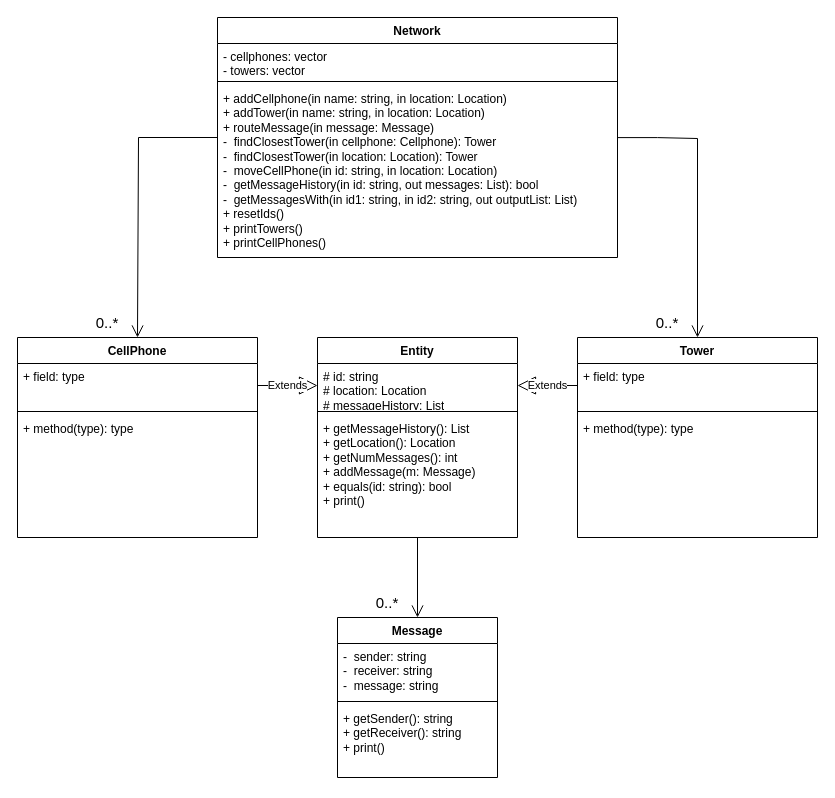
InvalidPathException/draw.io keeps this draw.io diagram as Untitled Diagram.drawio. Above is the earlier version. Source tidied: cells renumbered, new cells numbered last; positions are measured from the earlier drawing's top-left corner, leaving out a move shared by most shapes. Both pictures are drawn from the tidied source at 100%, with x=0, y=0 at pixel (17, 17).
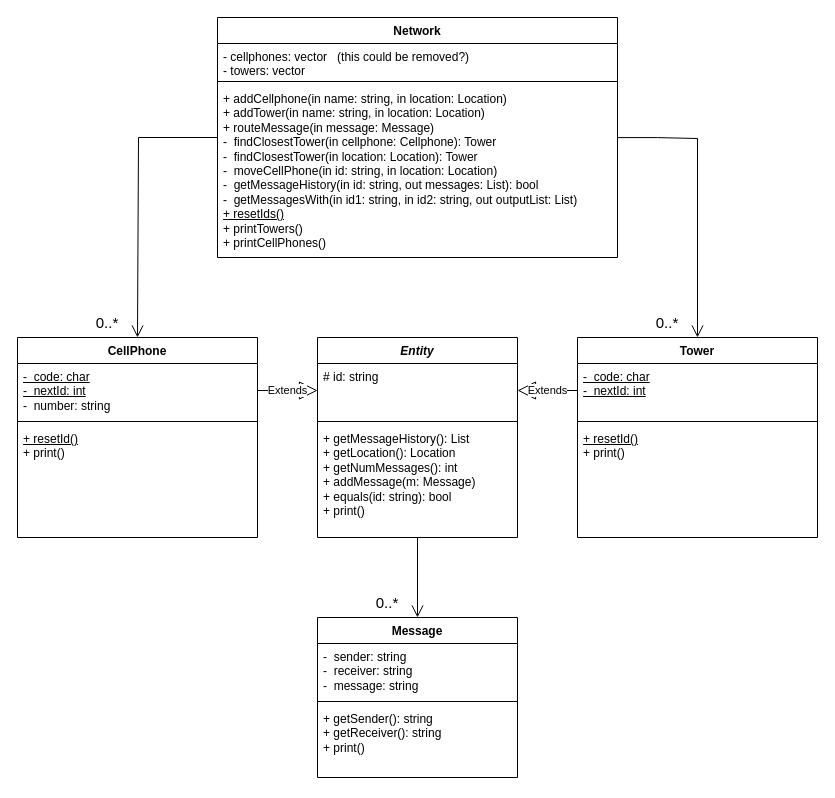
Above is the later version.

The change refers to these unchanged cells:
```xml
<mxCell id="2" value="Network" style="swimlane;fontStyle=1;align=center;verticalAlign=top;horizontal=1;startSize=26;whiteSpace=wrap;html=1;" parent="1" vertex="1">
  <mxGeometry x="200" width="400" height="240" as="geometry" />
</mxCell>
<mxCell id="8" value="CellPhone" style="swimlane;fontStyle=1;align=center;verticalAlign=top;horizontal=1;startSize=26;whiteSpace=wrap;html=1;" parent="1" vertex="1">
  <mxGeometry y="320" width="240" height="200" as="geometry" />
</mxCell>
<mxCell id="12" value="Tower" style="swimlane;fontStyle=1;align=center;verticalAlign=top;horizontal=1;startSize=26;whiteSpace=wrap;html=1;" parent="1" vertex="1">
  <mxGeometry x="560" y="320" width="240" height="200" as="geometry" />
</mxCell>
```

Diff of the diagram source:
```diff
@@
-    <mxCell id="3" value="&lt;div&gt;- cellphones: vector&lt;/div&gt;&lt;div&gt;- towers: vector&lt;br&gt;&lt;/div&gt;" style="text;strokeColor=none;fillColor=none;align=left;verticalAlign=top;spacingLeft=4;spacingRight=4;overflow=hidden;whiteSpace=wrap;html=1;" parent="2" vertex="1">
+    <mxCell id="3" value="&lt;div&gt;- cellphones: vector&amp;nbsp;&amp;nbsp; (this could be removed?)&lt;br&gt;&lt;/div&gt;&lt;div&gt;- towers: vector&lt;br&gt;&lt;/div&gt;" style="text;strokeColor=none;fillColor=none;align=left;verticalAlign=top;spacingLeft=4;spacingRight=4;overflow=hidden;whiteSpace=wrap;html=1;" parent="2" vertex="1">
       <mxGeometry y="26" width="400" height="34" as="geometry" />
     </mxCell>
@@
-    <mxCell id="6" value="&lt;div&gt;&lt;div style=&quot;border-color: var(--border-color);&quot;&gt;+ addCellphone(in name: string, in location: Location)&lt;br style=&quot;border-color: var(--border-color);&quot;&gt;+ addTower(in name: string, in location: Location)&lt;/div&gt;&lt;div style=&quot;border-color: var(--border-color);&quot;&gt;+ routeMessage(in message: Message)&lt;br style=&quot;border-color: var(--border-color);&quot;&gt;-&amp;nbsp; findClosestTower(in&amp;nbsp;cellphone: Cellphone): Tower&lt;br style=&quot;border-color: var(--border-color);&quot;&gt;-&amp;nbsp; findClosestTower(in location: Location): Tower&lt;br style=&quot;border-color: var(--border-color);&quot;&gt;&lt;/div&gt;-&amp;nbsp; moveCellPhone(in id: string, in location: Location)&lt;br style=&quot;border-color: var(--border-color);&quot;&gt;&lt;div style=&quot;border-color: var(--border-color);&quot;&gt;-&amp;nbsp; getMessageHistory(in id: string, out messages: List): bool&lt;br&gt;&lt;/div&gt;&lt;div style=&quot;border-color: var(--border-color);&quot;&gt;-&amp;nbsp; getMessagesWith(in id1: string, in id2: string, out outputList: List)&lt;br style=&quot;border-color: var(--border-color);&quot;&gt;+ resetIds()&lt;br style=&quot;border-color: var(--border-color);&quot;&gt;&lt;/div&gt;&lt;div style=&quot;border-color: var(--border-color);&quot;&gt;+ printTowers()&lt;/div&gt;&lt;div style=&quot;border-color: var(--border-color);&quot;&gt;+ printCellPhones()&lt;/div&gt;&lt;/div&gt;" style="text;strokeColor=none;fillColor=none;align=left;verticalAlign=top;spacingLeft=4;spacingRight=4;overflow=hidden;points=[[0,0.5],[1,0.5]];portConstraint=eastwest;whiteSpace=wrap;html=1;" parent="2" vertex="1">
+    <mxCell id="6" value="&lt;div&gt;&lt;div style=&quot;border-color: var(--border-color);&quot;&gt;+ addCellphone(in name: string, in location: Location)&lt;br style=&quot;border-color: var(--border-color);&quot;&gt;+ addTower(in name: string, in location: Location)&lt;/div&gt;&lt;div style=&quot;border-color: var(--border-color);&quot;&gt;+ routeMessage(in message: Message)&lt;br style=&quot;border-color: var(--border-color);&quot;&gt;-&amp;nbsp; findClosestTower(in&amp;nbsp;cellphone: Cellphone): Tower&lt;br style=&quot;border-color: var(--border-color);&quot;&gt;-&amp;nbsp; findClosestTower(in location: Location): Tower&lt;br style=&quot;border-color: var(--border-color);&quot;&gt;&lt;/div&gt;-&amp;nbsp; moveCellPhone(in id: string, in location: Location)&lt;br style=&quot;border-color: var(--border-color);&quot;&gt;&lt;div style=&quot;border-color: var(--border-color);&quot;&gt;-&amp;nbsp; getMessageHistory(in id: string, out messages: List): bool&lt;br&gt;&lt;/div&gt;&lt;div style=&quot;border-color: var(--border-color);&quot;&gt;-&amp;nbsp; getMessagesWith(in id1: string, in id2: string, out outputList: List)&lt;br style=&quot;border-color: var(--border-color);&quot;&gt;&lt;u&gt;+ resetIds()&lt;/u&gt;&lt;br style=&quot;border-color: var(--border-color);&quot;&gt;&lt;/div&gt;&lt;div style=&quot;border-color: var(--border-color);&quot;&gt;+ printTowers()&lt;/div&gt;&lt;div style=&quot;border-color: var(--border-color);&quot;&gt;+ printCellPhones()&lt;/div&gt;&lt;/div&gt;" style="text;strokeColor=none;fillColor=none;align=left;verticalAlign=top;spacingLeft=4;spacingRight=4;overflow=hidden;points=[[0,0.5],[1,0.5]];portConstraint=eastwest;whiteSpace=wrap;html=1;" parent="2" vertex="1">
       <mxGeometry y="68" width="400" height="172" as="geometry" />
     </mxCell>
@@
-    <mxCell id="9" value="+ field: type" style="text;strokeColor=none;fillColor=none;align=left;verticalAlign=top;spacingLeft=4;spacingRight=4;overflow=hidden;points=[[0,0.5],[1,0.5]];portConstraint=eastwest;whiteSpace=wrap;html=1;" parent="8" vertex="1">
-      <mxGeometry y="26" width="240" height="44" as="geometry" />
+    <mxCell id="9" value="&lt;div&gt;&lt;u&gt;-&amp;nbsp; code: char&lt;br&gt;&lt;/u&gt;&lt;/div&gt;&lt;div&gt;&lt;u&gt;-&amp;nbsp; nextId: int&lt;/u&gt;&lt;/div&gt;&lt;div&gt;-&amp;nbsp; number: string&lt;br&gt;&lt;/div&gt;" style="text;strokeColor=none;fillColor=none;align=left;verticalAlign=top;spacingLeft=4;spacingRight=4;overflow=hidden;points=[[0,0.5],[1,0.5]];portConstraint=eastwest;whiteSpace=wrap;html=1;" parent="8" vertex="1">
+      <mxGeometry y="26" width="240" height="54" as="geometry" />
     </mxCell>
     <mxCell id="10" style="line;strokeWidth=1;fillColor=none;align=left;verticalAlign=middle;spacingTop=-1;spacingLeft=3;spacingRight=3;labelPosition=right;strokeColor=inherit;" parent="8" vertex="1">
-      <mxGeometry y="70" width="240" height="8" as="geometry" />
+      <mxGeometry y="80" width="240" height="8" as="geometry" />
     </mxCell>
-    <mxCell id="11" value="+ method(type): type" style="text;strokeColor=none;fillColor=none;align=left;verticalAlign=top;spacingLeft=4;spacingRight=4;overflow=hidden;whiteSpace=wrap;html=1;" parent="8" vertex="1">
-      <mxGeometry y="78" width="240" height="122" as="geometry" />
+    <mxCell id="11" value="&lt;div&gt;&lt;u&gt;+ resetId()&lt;/u&gt;&lt;/div&gt;&lt;div&gt;+ print()&lt;br&gt;&lt;/div&gt;" style="text;strokeColor=none;fillColor=none;align=left;verticalAlign=top;spacingLeft=4;spacingRight=4;overflow=hidden;whiteSpace=wrap;html=1;" parent="8" vertex="1">
+      <mxGeometry y="88" width="240" height="112" as="geometry" />
     </mxCell>
@@
-    <mxCell id="13" value="+ field: type" style="text;strokeColor=none;fillColor=none;align=left;verticalAlign=top;spacingLeft=4;spacingRight=4;overflow=hidden;points=[[0,0.5],[1,0.5]];portConstraint=eastwest;whiteSpace=wrap;html=1;" parent="12" vertex="1">
-      <mxGeometry y="26" width="240" height="44" as="geometry" />
+    <mxCell id="13" value="&lt;div&gt;&lt;u&gt;-&amp;nbsp; code: char&lt;br&gt;&lt;/u&gt;&lt;/div&gt;&lt;div&gt;&lt;u&gt;-&amp;nbsp; nextId: int&lt;/u&gt;&lt;/div&gt;" style="text;strokeColor=none;fillColor=none;align=left;verticalAlign=top;spacingLeft=4;spacingRight=4;overflow=hidden;points=[[0,0.5],[1,0.5]];portConstraint=eastwest;whiteSpace=wrap;html=1;" parent="12" vertex="1">
+      <mxGeometry y="26" width="240" height="54" as="geometry" />
     </mxCell>
     <mxCell id="14" style="line;strokeWidth=1;fillColor=none;align=left;verticalAlign=middle;spacingTop=-1;spacingLeft=3;spacingRight=3;labelPosition=right;strokeColor=inherit;" parent="12" vertex="1">
-      <mxGeometry y="70" width="240" height="8" as="geometry" />
+      <mxGeometry y="80" width="240" height="8" as="geometry" />
     </mxCell>
-    <mxCell id="15" value="+ method(type): type" style="text;strokeColor=none;fillColor=none;align=left;verticalAlign=top;spacingLeft=4;spacingRight=4;overflow=hidden;whiteSpace=wrap;html=1;" parent="12" vertex="1">
-      <mxGeometry y="78" width="240" height="122" as="geometry" />
+    <mxCell id="15" value="&lt;div&gt;&lt;u&gt;+ resetId()&lt;/u&gt;&lt;/div&gt;&lt;div&gt;+ print()&lt;br&gt;&lt;/div&gt;" style="text;strokeColor=none;fillColor=none;align=left;verticalAlign=top;spacingLeft=4;spacingRight=4;overflow=hidden;whiteSpace=wrap;html=1;" parent="12" vertex="1">
+      <mxGeometry y="88" width="240" height="112" as="geometry" />
     </mxCell>
@@
-    <mxCell id="17" value="Entity" style="swimlane;fontStyle=1;align=center;verticalAlign=top;horizontal=1;startSize=26;whiteSpace=wrap;html=1;" parent="1" vertex="1">
+    <mxCell id="17" value="&lt;i&gt;Entity&lt;/i&gt;" style="swimlane;fontStyle=1;align=center;verticalAlign=top;horizontal=1;startSize=26;whiteSpace=wrap;html=1;" parent="1" vertex="1">
       <mxGeometry x="300" y="320" width="200" height="200" as="geometry" />
     </mxCell>
-    <mxCell id="18" value="# id: string&lt;br&gt;# location: Location&lt;br&gt;# messageHistory: List" style="text;strokeColor=none;fillColor=none;align=left;verticalAlign=top;spacingLeft=4;spacingRight=4;overflow=hidden;points=[[0,0.5],[1,0.5]];portConstraint=eastwest;whiteSpace=wrap;html=1;" parent="17" vertex="1">
-      <mxGeometry y="26" width="200" height="44" as="geometry" />
+    <mxCell id="18" value="# id: string" style="text;strokeColor=none;fillColor=none;align=left;verticalAlign=top;spacingLeft=4;spacingRight=4;overflow=hidden;points=[[0,0.5],[1,0.5]];portConstraint=eastwest;whiteSpace=wrap;html=1;" parent="17" vertex="1">
+      <mxGeometry y="26" width="200" height="54" as="geometry" />
     </mxCell>
     <mxCell id="19" style="line;strokeWidth=1;fillColor=none;align=left;verticalAlign=middle;spacingTop=-1;spacingLeft=3;spacingRight=3;labelPosition=right;strokeColor=inherit;" parent="17" vertex="1">
-      <mxGeometry y="70" width="200" height="8" as="geometry" />
+      <mxGeometry y="80" width="200" height="8" as="geometry" />
     </mxCell>
     <mxCell id="20" value="+ getMessageHistory(): List&lt;br&gt;+ getLocation(): Location&lt;br&gt;+&amp;nbsp;getNumMessages(): int&lt;br&gt;+ addMessage(m: Message)&lt;br&gt;+&amp;nbsp;equals(id: string): bool&lt;br&gt;+ print()" style="text;strokeColor=none;fillColor=none;align=left;verticalAlign=top;spacingLeft=4;spacingRight=4;overflow=hidden;whiteSpace=wrap;html=1;" parent="17" vertex="1">
-      <mxGeometry y="78" width="200" height="122" as="geometry" />
+      <mxGeometry y="88" width="200" height="112" as="geometry" />
     </mxCell>
@@
     <mxCell id="22" value="Message" style="swimlane;fontStyle=1;align=center;verticalAlign=top;horizontal=1;startSize=26;whiteSpace=wrap;html=1;" parent="1" vertex="1">
-      <mxGeometry x="320" y="600" width="160" height="160" as="geometry" />
+      <mxGeometry x="300" y="600" width="200" height="160" as="geometry" />
     </mxCell>
     <mxCell id="23" value="-&amp;nbsp; sender: string&lt;br&gt;-&amp;nbsp; receiver: string&lt;br&gt;-&amp;nbsp; message: string" style="text;strokeColor=none;fillColor=none;align=left;verticalAlign=top;spacingLeft=4;spacingRight=4;overflow=hidden;whiteSpace=wrap;html=1;" parent="22" vertex="1">
-      <mxGeometry y="26" width="160" height="54" as="geometry" />
+      <mxGeometry y="26" width="200" height="54" as="geometry" />
     </mxCell>
     <mxCell id="24" style="line;strokeWidth=1;fillColor=none;align=left;verticalAlign=middle;spacingTop=-1;spacingLeft=3;spacingRight=3;labelPosition=right;strokeColor=inherit;" parent="22" vertex="1">
-      <mxGeometry y="80" width="160" height="8" as="geometry" />
+      <mxGeometry y="80" width="200" height="8" as="geometry" />
     </mxCell>
     <mxCell id="25" value="+ getSender(): string&lt;br&gt;+ getReceiver(): string&lt;br&gt;+ print()" style="text;strokeColor=none;fillColor=none;align=left;verticalAlign=top;spacingLeft=4;spacingRight=4;overflow=hidden;whiteSpace=wrap;html=1;" parent="22" vertex="1">
-      <mxGeometry y="88" width="160" height="72" as="geometry" />
+      <mxGeometry y="88" width="200" height="72" as="geometry" />
     </mxCell>
```
